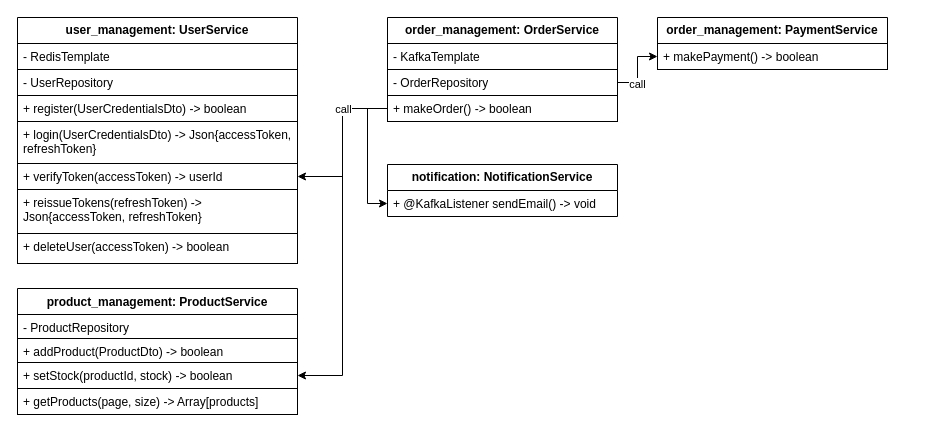
This is class_diagram.drawio from vacu9708/Shopping-mall, a draw.io file, before an edit. Source tidied: cells renumbered, new cells numbered last; positions are measured from the earlier drawing's top-left corner, leaving out a move shared by most shapes. Both pictures are drawn from the tidied source at 100%, with x=0, y=0 at pixel (17, 17).
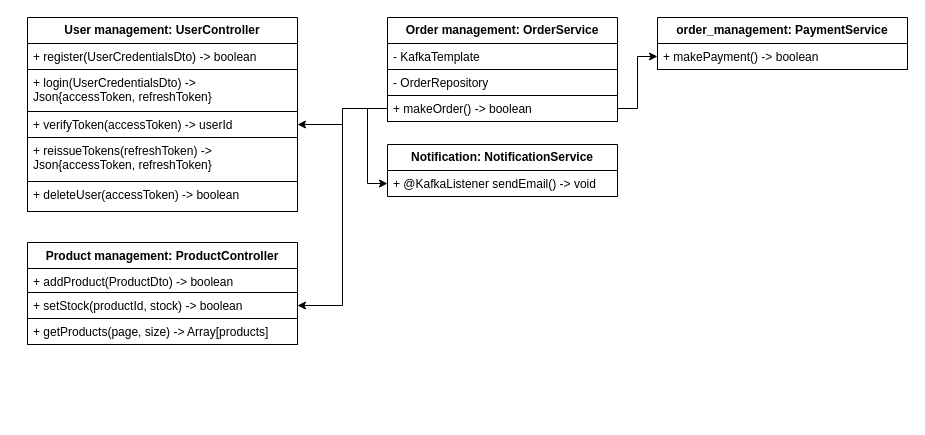
The same page after the edit.

Unchanged cells that the change refers to:
```xml
<mxCell id="4" value="- OrderRepository" style="text;strokeColor=default;fillColor=default;align=left;verticalAlign=top;spacingLeft=4;spacingRight=4;overflow=hidden;points=[[0,0.5],[1,0.5]];portConstraint=eastwest;whiteSpace=wrap;html=1;" parent="2" vertex="1">
  <mxGeometry y="52" width="230" height="26" as="geometry" />
</mxCell>
<mxCell id="5" value="+ makeOrder() -&amp;gt; boolean" style="text;strokeColor=default;fillColor=default;align=left;verticalAlign=top;spacingLeft=4;spacingRight=4;overflow=hidden;points=[[0,0.5],[1,0.5]];portConstraint=eastwest;whiteSpace=wrap;html=1;" parent="2" vertex="1">
  <mxGeometry y="78" width="230" height="26" as="geometry" />
</mxCell>
<mxCell id="24" style="edgeStyle=orthogonalEdgeStyle;rounded=0;jettySize=auto;html=1;entryX=1;entryY=0.5;entryDx=0;entryDy=0;" parent="1" edge="1" source="5" target="11">
  <mxGeometry relative="1" as="geometry" />
</mxCell>
```

The edit, as a diff of the source:
```diff
@@
-    <mxCell id="2" value="&lt;b&gt;order_management: OrderService&lt;/b&gt;" style="swimlane;fontStyle=0;horizontal=1;startSize=26;fillColor=none;whiteSpace=wrap;html=1;" parent="1" vertex="1">
+    <mxCell id="2" value="&lt;b&gt;Order management: OrderService&lt;/b&gt;" style="swimlane;fontStyle=0;horizontal=1;startSize=26;fillColor=none;whiteSpace=wrap;html=1;" parent="1" vertex="1">
       <mxGeometry x="370" width="230" height="104" as="geometry" />
     </mxCell>
@@
-    <mxCell id="6" value="&lt;b&gt;user_management: UserService&lt;/b&gt;" style="swimlane;fontStyle=0;horizontal=1;startSize=26;fillColor=none;whiteSpace=wrap;html=1;" parent="1" vertex="1">
-      <mxGeometry width="280" height="246" as="geometry" />
+    <mxCell id="6" value="&lt;b&gt;User management: UserController&lt;/b&gt;" style="swimlane;fontStyle=0;horizontal=1;startSize=26;fillColor=none;whiteSpace=wrap;html=1;" parent="1" vertex="1">
+      <mxGeometry x="10" width="270" height="194" as="geometry" />
     </mxCell>
-    <mxCell id="7" value="- RedisTemplate" style="text;strokeColor=default;fillColor=none;align=left;verticalAlign=top;spacingLeft=4;spacingRight=4;overflow=hidden;whiteSpace=wrap;html=1;" parent="6" vertex="1">
-      <mxGeometry y="26" width="280" height="26" as="geometry" />
-    </mxCell>
-    <mxCell id="8" value="- UserRepository" style="text;strokeColor=default;fillColor=none;align=left;verticalAlign=top;spacingLeft=4;spacingRight=4;overflow=hidden;whiteSpace=wrap;html=1;" parent="6" vertex="1">
-      <mxGeometry y="52" width="280" height="26" as="geometry" />
-    </mxCell>
     <mxCell id="9" value="+ register(UserCredentialsDto) -&amp;gt; boolean" style="text;strokeColor=default;fillColor=none;align=left;verticalAlign=top;spacingLeft=4;spacingRight=4;overflow=hidden;whiteSpace=wrap;html=1;" parent="6" vertex="1">
-      <mxGeometry y="78" width="280" height="26" as="geometry" />
+      <mxGeometry y="26" width="270" height="26" as="geometry" />
     </mxCell>
     <mxCell id="10" value="+ login(UserCredentialsDto&lt;span style=&quot;background-color: initial;&quot;&gt;) -&amp;gt; Json{accessToken, refreshToken}&lt;/span&gt;" style="text;strokeColor=default;fillColor=none;align=left;verticalAlign=top;spacingLeft=4;spacingRight=4;overflow=hidden;whiteSpace=wrap;html=1;" parent="6" vertex="1">
-      <mxGeometry y="104" width="280" height="42" as="geometry" />
+      <mxGeometry y="52" width="270" height="42" as="geometry" />
     </mxCell>
     <mxCell id="11" value="&lt;p style=&quot;margin-top: 0pt; margin-bottom: 0pt; margin-left: 0in; direction: ltr; unicode-bidi: embed; word-break: normal;&quot;&gt;+ verifyToken(accessToken) -&amp;gt; userId&lt;br&gt;&lt;/p&gt;" style="text;strokeColor=default;fillColor=none;align=left;verticalAlign=top;spacingLeft=4;spacingRight=4;overflow=hidden;points=[[0,0.5],[1,0.5]];portConstraint=eastwest;whiteSpace=wrap;html=1;" parent="6" vertex="1">
-      <mxGeometry y="146" width="280" height="26" as="geometry" />
+      <mxGeometry y="94" width="270" height="26" as="geometry" />
     </mxCell>
     <mxCell id="12" value="&lt;p style=&quot;margin-top: 0pt; margin-bottom: 0pt; margin-left: 0in; direction: ltr; unicode-bidi: embed; word-break: normal;&quot;&gt;+ reissueTokens(refreshToken) -&amp;gt; Json{accessToken, refreshToken}&lt;br&gt;&lt;/p&gt;" style="text;strokeColor=default;fillColor=none;align=left;verticalAlign=top;spacingLeft=4;spacingRight=4;overflow=hidden;whiteSpace=wrap;html=1;" parent="6" vertex="1">
-      <mxGeometry y="172" width="280" height="44" as="geometry" />
+      <mxGeometry y="120" width="270" height="44" as="geometry" />
     </mxCell>
     <mxCell id="13" value="&lt;p style=&quot;margin-top: 0pt; margin-bottom: 0pt; margin-left: 0in; direction: ltr; unicode-bidi: embed; word-break: normal;&quot;&gt;+ deleteUser(accessToken) -&amp;gt; boolean&lt;br&gt;&lt;/p&gt;" style="text;strokeColor=default;fillColor=none;align=left;verticalAlign=top;spacingLeft=4;spacingRight=4;overflow=hidden;whiteSpace=wrap;html=1;" parent="6" vertex="1">
-      <mxGeometry y="216" width="280" height="30" as="geometry" />
+      <mxGeometry y="164" width="270" height="30" as="geometry" />
     </mxCell>
-    <mxCell id="14" value="product_management: ProductService" style="swimlane;fontStyle=1;align=center;verticalAlign=top;horizontal=1;startSize=26;whiteSpace=wrap;html=1;fillColor=none;" parent="1" vertex="1">
-      <mxGeometry y="271" width="280" height="126" as="geometry" />
+    <mxCell id="14" value="Product management: ProductController" style="swimlane;fontStyle=1;align=center;verticalAlign=top;horizontal=1;startSize=26;whiteSpace=wrap;html=1;fillColor=none;" parent="1" vertex="1">
+      <mxGeometry x="10" y="225" width="270" height="102" as="geometry" />
     </mxCell>
-    <mxCell id="15" value="- ProductRepository" style="text;strokeColor=default;fillColor=none;align=left;verticalAlign=top;spacingLeft=4;spacingRight=4;overflow=hidden;whiteSpace=wrap;html=1;" parent="14" vertex="1">
-      <mxGeometry y="26" width="280" height="24" as="geometry" />
-    </mxCell>
     <mxCell id="16" value="+ addProduct(ProductDto) -&amp;gt; boolean" style="text;strokeColor=default;fillColor=none;align=left;verticalAlign=top;spacingLeft=4;spacingRight=4;overflow=hidden;whiteSpace=wrap;html=1;" parent="14" vertex="1">
-      <mxGeometry y="50" width="280" height="24" as="geometry" />
+      <mxGeometry y="26" width="270" height="24" as="geometry" />
     </mxCell>
     <mxCell id="17" value="+ setStock(productId, stock) -&amp;gt; boolean" style="text;strokeColor=default;fillColor=none;align=left;verticalAlign=top;spacingLeft=4;spacingRight=4;overflow=hidden;points=[[0,0.5],[1,0.5]];portConstraint=eastwest;whiteSpace=wrap;html=1;" parent="14" vertex="1">
-      <mxGeometry y="74" width="280" height="26" as="geometry" />
+      <mxGeometry y="50" width="270" height="26" as="geometry" />
     </mxCell>
     <mxCell id="18" value="&lt;p style=&quot;margin-top: 0pt; margin-bottom: 0pt; margin-left: 0in; direction: ltr; unicode-bidi: embed; word-break: normal;&quot;&gt;+ getProducts(page, size) -&amp;gt; Array[products]&lt;br&gt;&lt;/p&gt;" style="text;strokeColor=default;fillColor=none;align=left;verticalAlign=top;spacingLeft=4;spacingRight=4;overflow=hidden;whiteSpace=wrap;html=1;" parent="14" vertex="1">
-      <mxGeometry y="100" width="280" height="26" as="geometry" />
+      <mxGeometry y="76" width="270" height="26" as="geometry" />
     </mxCell>
-    <mxCell id="19" value="&lt;b&gt;notification: NotificationService&lt;/b&gt;" style="swimlane;fontStyle=0;horizontal=1;startSize=26;fillColor=none;whiteSpace=wrap;html=1;" parent="1" vertex="1">
-      <mxGeometry x="370" y="147" width="230" height="52" as="geometry" />
+    <mxCell id="19" value="&lt;b&gt;Notification: NotificationService&lt;/b&gt;" style="swimlane;fontStyle=0;horizontal=1;startSize=26;fillColor=none;whiteSpace=wrap;html=1;" parent="1" vertex="1">
+      <mxGeometry x="370" y="127" width="230" height="52" as="geometry" />
     </mxCell>
@@
     <mxCell id="21" value="&lt;b&gt;order_management: PaymentService&lt;/b&gt;" style="swimlane;fontStyle=0;horizontal=1;startSize=26;fillColor=none;whiteSpace=wrap;html=1;" parent="1" vertex="1">
-      <mxGeometry x="640" width="230" height="52" as="geometry" />
+      <mxGeometry x="640" width="250" height="52" as="geometry" />
     </mxCell>
     <mxCell id="22" value="+ makePayment() -&amp;gt; boolean" style="text;strokeColor=default;fillColor=default;align=left;verticalAlign=top;spacingLeft=4;spacingRight=4;overflow=hidden;points=[[0,0.5],[1,0.5]];portConstraint=eastwest;whiteSpace=wrap;html=1;" parent="21" vertex="1">
-      <mxGeometry y="26" width="230" height="26" as="geometry" />
+      <mxGeometry y="26" width="250" height="26" as="geometry" />
     </mxCell>
@@
-    <mxCell id="25" value="call" style="edgeLabel;html=1;align=center;verticalAlign=middle;" parent="24" vertex="1">
-      <mxGeometry x="-0.43" relative="1" as="geometry" />
-    </mxCell>
-    <mxCell id="26" style="edgeStyle=orthogonalEdgeStyle;rounded=0;jettySize=auto;html=1;entryX=0;entryY=0.5;entryDx=0;entryDy=0;" parent="1" edge="1" source="4" target="22">
-      <mxGeometry relative="1" as="geometry" />
-    </mxCell>
-    <mxCell id="27" value="call" style="edgeLabel;html=1;align=center;verticalAlign=middle;" parent="26" vertex="1">
-      <mxGeometry x="-0.41" y="-1" relative="1" as="geometry" />
-    </mxCell>
@@
+    <mxCell id="29" style="edgeStyle=orthogonalEdgeStyle;rounded=0;jettySize=auto;html=1;entryX=0;entryY=0.5;entryDx=0;entryDy=0;" parent="1" edge="1" source="5" target="22">
+      <mxGeometry relative="1" as="geometry" />
+    </mxCell>
```
